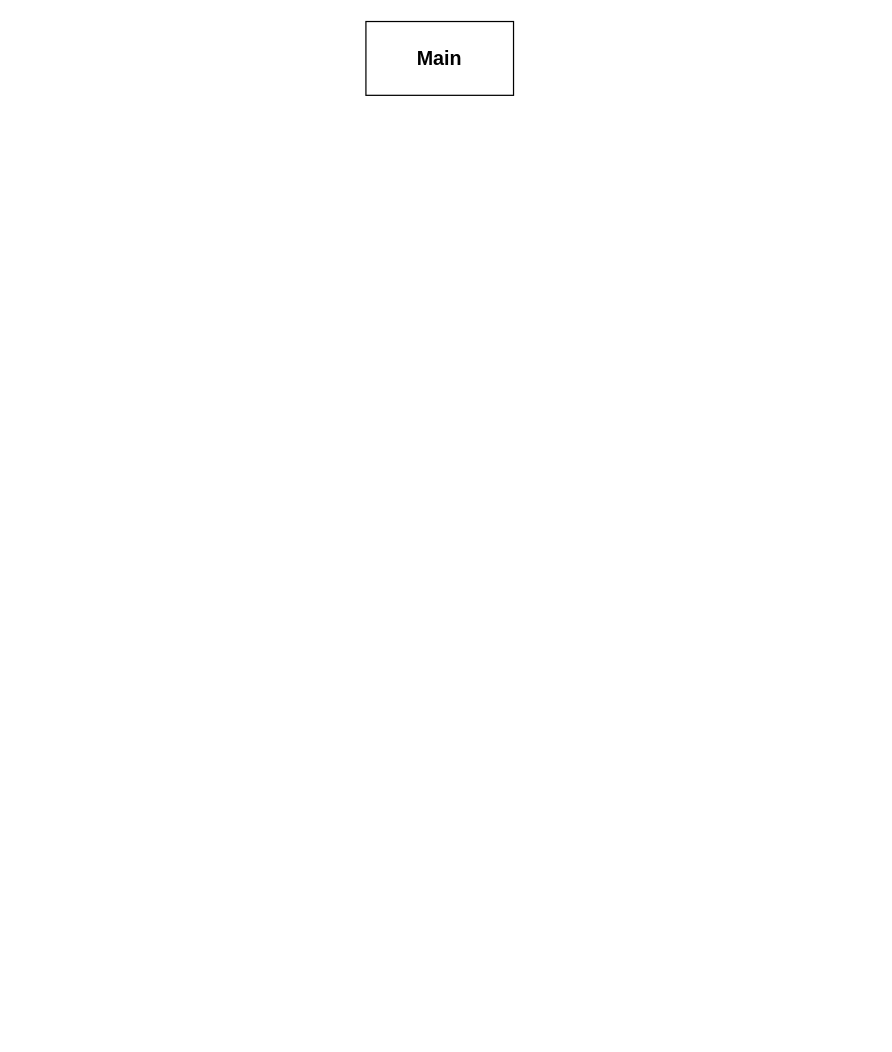
Before: project_structure.drawio in Kussemar/3sem-javalin-rest-api, a draw.io diagram. Source tidied: cells renumbered, new cells numbered last; positions are measured from the earlier drawing's top-left corner, leaving out a move shared by most shapes. Both pictures are drawn from the tidied source at 123%, with x=0, y=0 at pixel (365, 21).
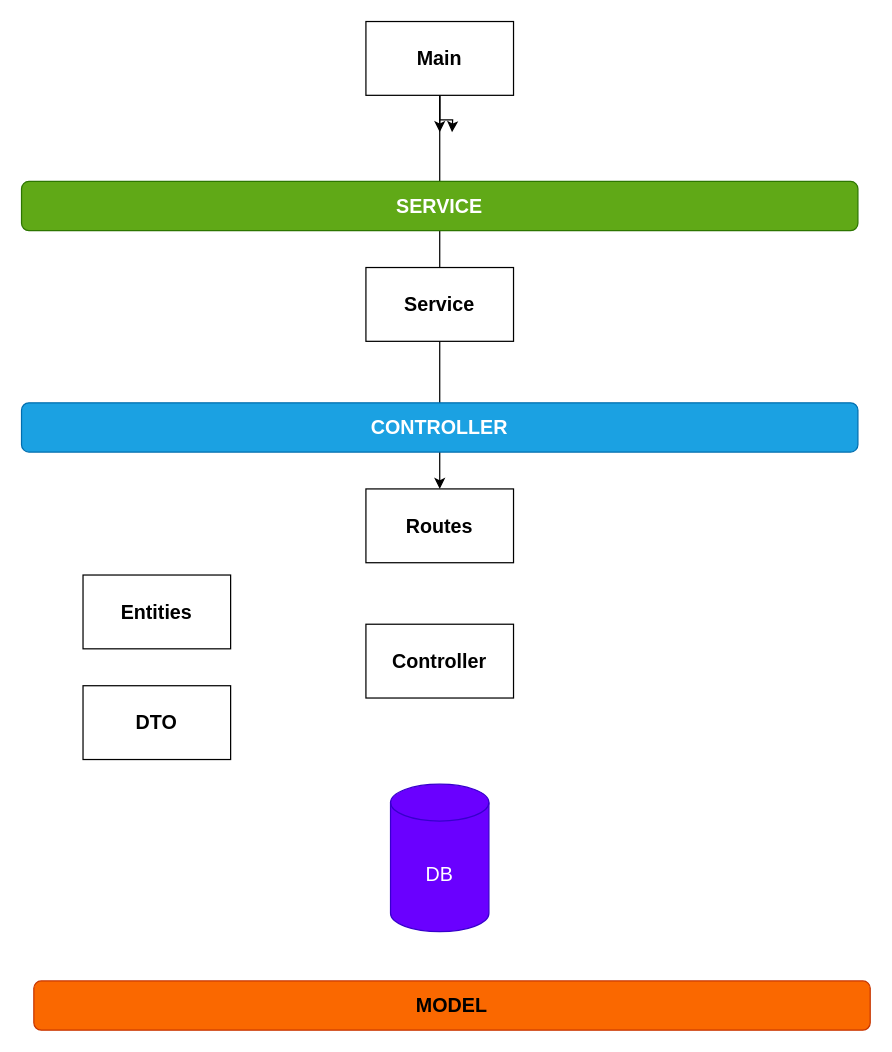
The same page after the edit.

What changed in the source:
```diff
@@
-<mxGraphModel>
+<mxGraphModel background="#ffffff">
   <root>
     <mxCell id="0" />
     <mxCell id="1" parent="0" />
+    <mxCell id="3" style="edgeStyle=orthogonalEdgeStyle;rounded=0;jettySize=auto;html=1;fontSize=16;" parent="1" edge="1" source="2">
+      <mxGeometry relative="1" as="geometry">
+        <mxPoint x="60" y="380" as="targetPoint" />
+      </mxGeometry>
+    </mxCell>
+    <mxCell id="4" style="edgeStyle=orthogonalEdgeStyle;rounded=0;jettySize=auto;html=1;" parent="1" edge="1" source="2">
+      <mxGeometry relative="1" as="geometry">
+        <mxPoint x="70" y="90" as="targetPoint" />
+      </mxGeometry>
+    </mxCell>
+    <mxCell id="5" style="edgeStyle=orthogonalEdgeStyle;rounded=0;jettySize=auto;html=1;" parent="1" edge="1" source="2">
+      <mxGeometry relative="1" as="geometry">
+        <mxPoint x="60" y="90" as="targetPoint" />
+      </mxGeometry>
+    </mxCell>
     <mxCell id="2" value="&lt;font style=&quot;font-size: 16px;&quot;&gt;&lt;b&gt;Main&lt;/b&gt;&lt;/font&gt;" style="rounded=0;whiteSpace=wrap;html=1;" parent="1" vertex="1">
       <mxGeometry width="120" height="60" as="geometry" />
     </mxCell>
+    <mxCell id="6" value="&lt;font style=&quot;font-size: 16px;&quot;&gt;&lt;b&gt;Routes&lt;/b&gt;&lt;/font&gt;" style="rounded=0;whiteSpace=wrap;html=1;" parent="1" vertex="1">
+      <mxGeometry y="380" width="120" height="60" as="geometry" />
+    </mxCell>
+    <mxCell id="7" value="&lt;font style=&quot;font-size: 16px;&quot;&gt;&lt;b&gt;Controller&lt;/b&gt;&lt;/font&gt;" style="rounded=0;whiteSpace=wrap;html=1;" parent="1" vertex="1">
+      <mxGeometry y="490" width="120" height="60" as="geometry" />
+    </mxCell>
+    <mxCell id="8" value="&lt;font style=&quot;font-size: 16px;&quot;&gt;&lt;b&gt;Entities&lt;/b&gt;&lt;/font&gt;" style="rounded=0;whiteSpace=wrap;html=1;" parent="1" vertex="1">
+      <mxGeometry x="-230" y="450" width="120" height="60" as="geometry" />
+    </mxCell>
+    <mxCell id="9" value="&lt;font style=&quot;font-size: 16px;&quot;&gt;&lt;b&gt;DTO&lt;/b&gt;&lt;/font&gt;" style="rounded=0;whiteSpace=wrap;html=1;" parent="1" vertex="1">
+      <mxGeometry x="-230" y="540" width="120" height="60" as="geometry" />
+    </mxCell>
+    <mxCell id="10" value="&lt;b&gt;&lt;font style=&quot;font-size: 16px;&quot;&gt;CONTROLLER&lt;/font&gt;&lt;/b&gt;" style="rounded=1;whiteSpace=wrap;html=1;fillColor=#1ba1e2;fontColor=#ffffff;strokeColor=#006EAF;" parent="1" vertex="1">
+      <mxGeometry x="-280" y="310" width="680" height="40" as="geometry" />
+    </mxCell>
+    <mxCell id="11" value="&lt;b&gt;&lt;font style=&quot;font-size: 16px;&quot;&gt;SERVICE&lt;/font&gt;&lt;/b&gt;" style="rounded=1;whiteSpace=wrap;html=1;fillColor=#60a917;fontColor=#ffffff;strokeColor=#2D7600;" parent="1" vertex="1">
+      <mxGeometry x="-280" y="130" width="680" height="40" as="geometry" />
+    </mxCell>
+    <mxCell id="12" value="DB" style="shape=cylinder3;whiteSpace=wrap;html=1;boundedLbl=1;backgroundOutline=1;size=15;fontSize=16;fillColor=#6a00ff;fontColor=#ffffff;strokeColor=#3700CC;" parent="1" vertex="1">
+      <mxGeometry x="20" y="620" width="80" height="120" as="geometry" />
+    </mxCell>
+    <mxCell id="13" value="&lt;b&gt;&lt;font style=&quot;font-size: 16px;&quot;&gt;MODEL&lt;/font&gt;&lt;/b&gt;" style="rounded=1;whiteSpace=wrap;html=1;fillColor=#fa6800;fontColor=#000000;strokeColor=#C73500;" parent="1" vertex="1">
+      <mxGeometry x="-270" y="780" width="680" height="40" as="geometry" />
+    </mxCell>
+    <mxCell id="14" value="&lt;font style=&quot;font-size: 16px;&quot;&gt;&lt;b&gt;Service&lt;/b&gt;&lt;/font&gt;" style="rounded=0;whiteSpace=wrap;html=1;" parent="1" vertex="1">
+      <mxGeometry y="200" width="120" height="60" as="geometry" />
+    </mxCell>
   </root>
 </mxGraphModel>
```
